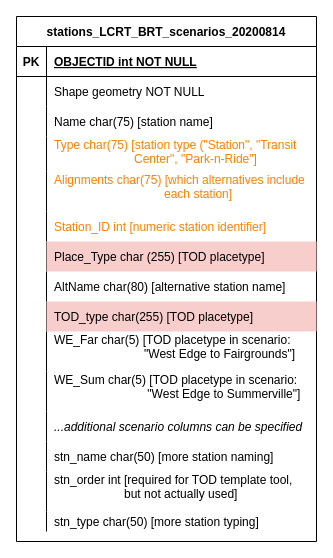
Before: page "stations" (9 of 9) of Untitled Diagram.drawio in renaissanceplanning/LCBRT_TOD, a draw.io diagram. Source tidied: cells renumbered, new cells numbered last; positions are measured from the earlier drawing's top-left corner, leaving out a move shared by most shapes. Both pictures are drawn from the tidied source at 100%, with x=0, y=0 at pixel (16, 16).
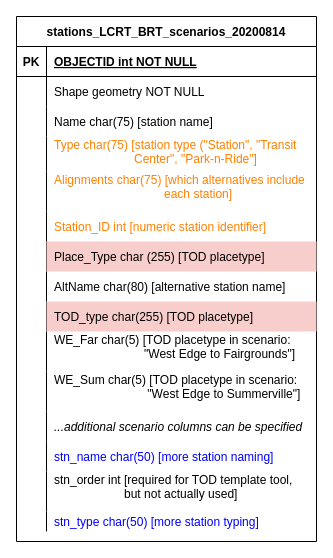
The same diagram, later.

Unchanged cells that the change refers to:
```xml
<mxCell id="39" style="shape=partialRectangle;fillColor=none;top=0;left=0;right=0;bottom=0;" parent="2" vertex="1">
  <mxGeometry y="425" width="300" height="30" as="geometry" />
</mxCell>
<mxCell id="45" style="shape=partialRectangle;fillColor=none;top=0;left=0;right=0;bottom=0;" parent="2" vertex="1">
  <mxGeometry y="495" width="300" height="20" as="geometry" />
</mxCell>
```

What changed in the source:
```diff
@@
-    <mxCell id="41" value="stn_name char(50) [more station naming]" style="shape=partialRectangle;overflow=hidden;fillColor=none;top=0;left=0;bottom=0;right=0;align=left;spacingLeft=6;" parent="39" vertex="1">
+    <mxCell id="41" value="stn_name char(50) [more station naming]" style="shape=partialRectangle;overflow=hidden;fillColor=none;top=0;left=0;bottom=0;right=0;align=left;spacingLeft=6;fontColor=#0000FF;" parent="39" vertex="1">
       <mxGeometry x="30" width="270" height="30" as="geometry" />
     </mxCell>
@@
-    <mxCell id="47" value="stn_type char(50) [more station typing]" style="shape=partialRectangle;overflow=hidden;fillColor=none;top=0;left=0;bottom=0;right=0;align=left;spacingLeft=6;" parent="45" vertex="1">
+    <mxCell id="47" value="stn_type char(50) [more station typing]" style="shape=partialRectangle;overflow=hidden;fillColor=none;top=0;left=0;bottom=0;right=0;align=left;spacingLeft=6;fontColor=#0000FF;" parent="45" vertex="1">
       <mxGeometry x="30" width="270" height="20" as="geometry" />
     </mxCell>
```
